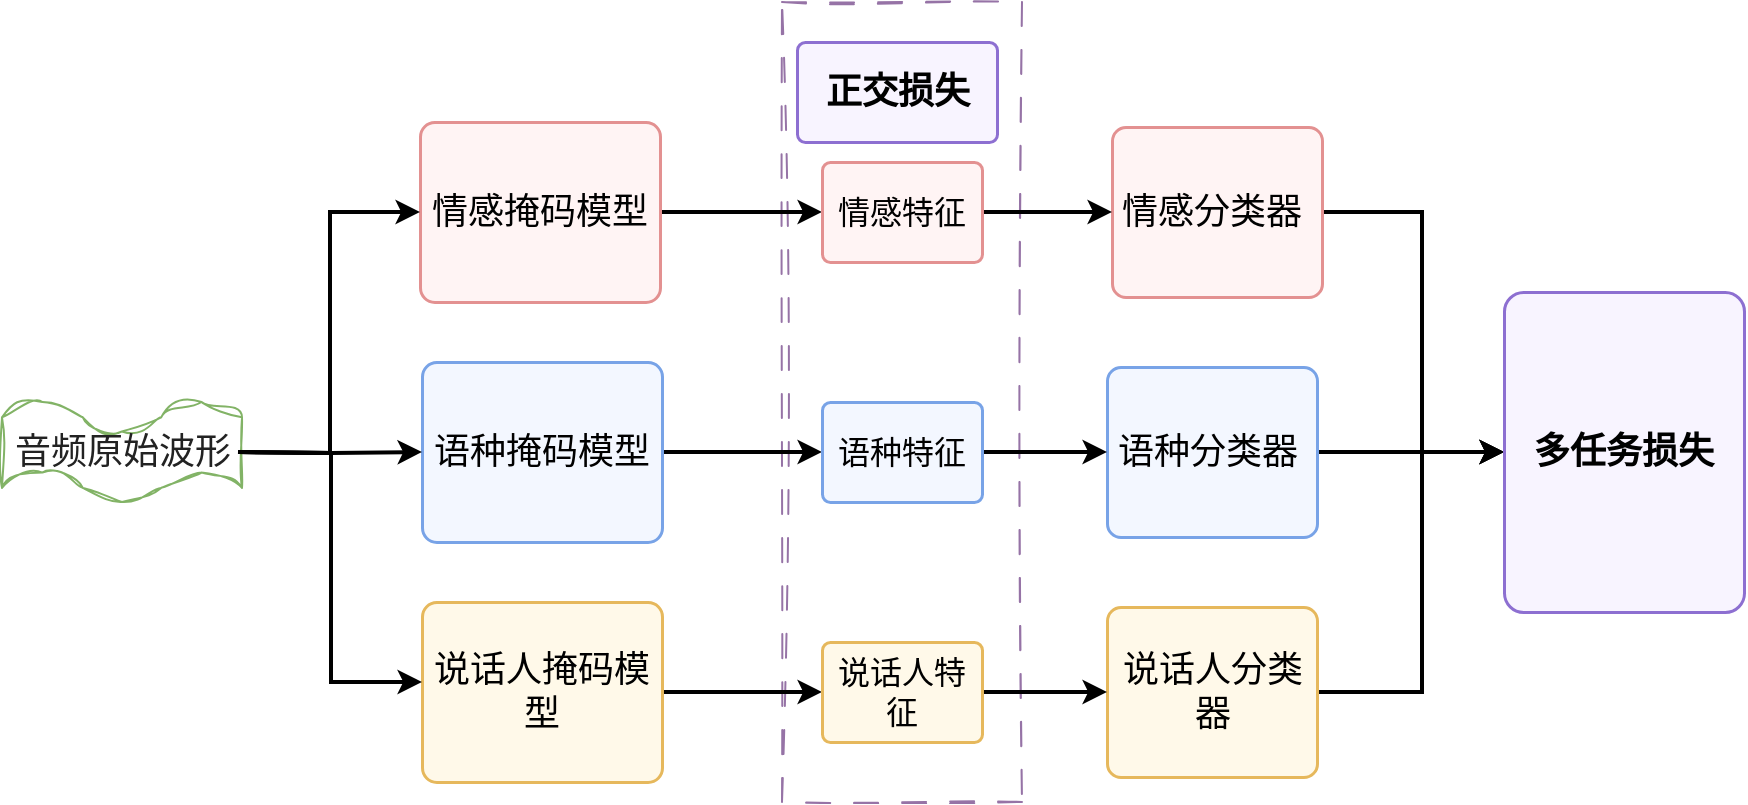
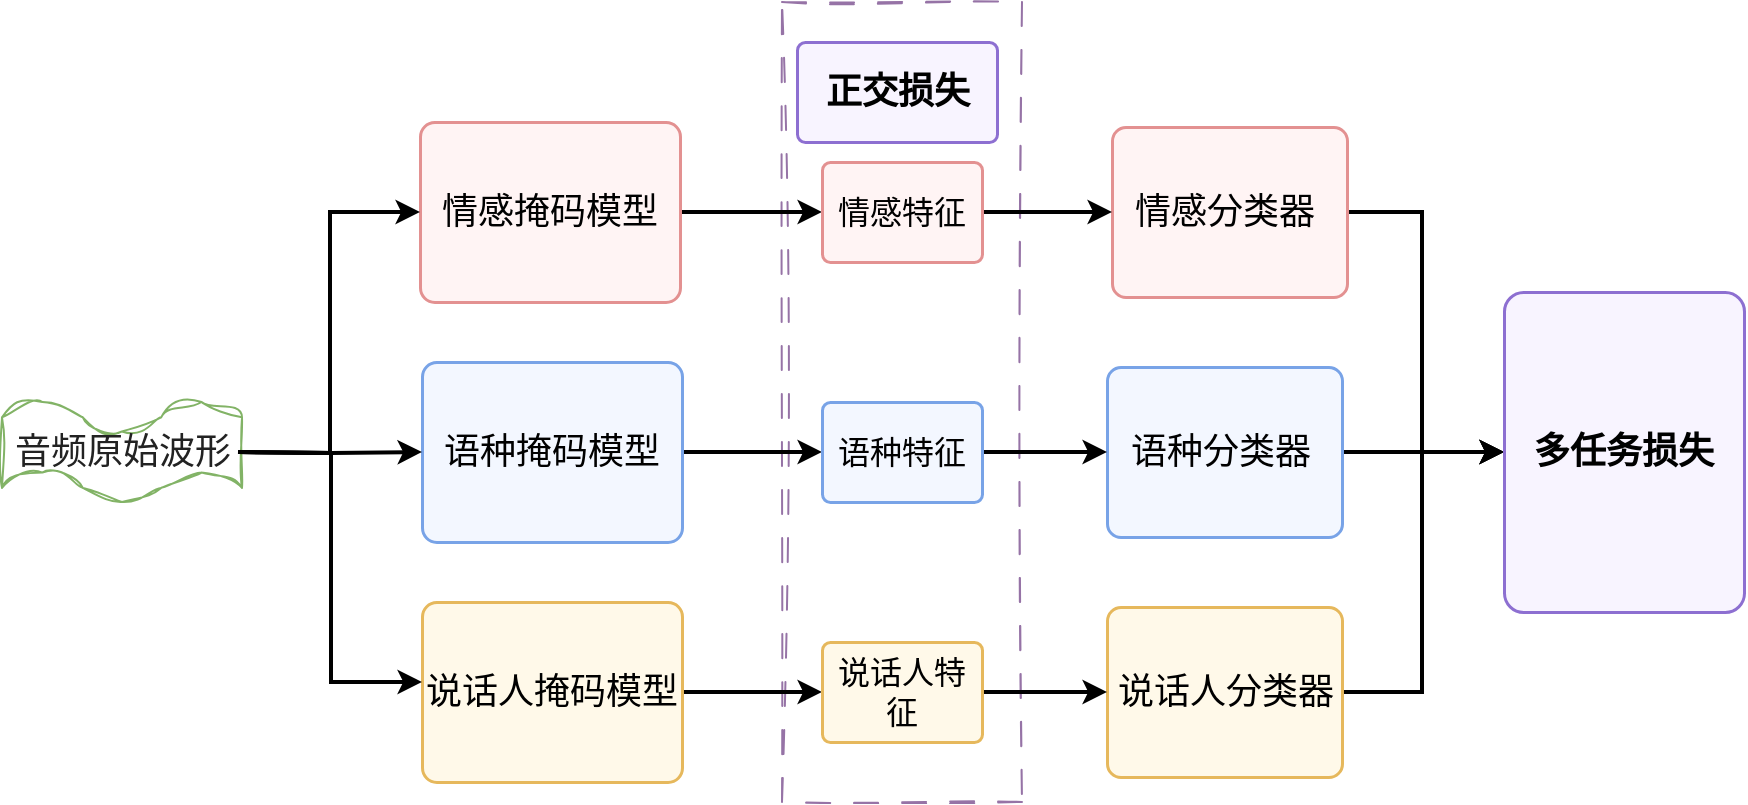
<mxfile host="app.diagrams.net">
  <diagram name="第 1 页" id="kVD3lymzJM2DnM6Mwjh6">
-     <mxGraphModel dx="1108" dy="665" grid="1" gridSize="10" guides="1" tooltips="1" connect="1" arrows="1" fold="1" page="1" pageScale="1" pageWidth="1700" pageHeight="980" math="0" shadow="0">
+     <mxGraphModel dx="1030" dy="642" grid="1" gridSize="10" guides="1" tooltips="1" connect="1" arrows="1" fold="1" page="1" pageScale="1" pageWidth="1700" pageHeight="980" math="0" shadow="0">
      <root>
        <mxCell id="0" />
        <mxCell id="1" parent="0" />
        <mxCell id="42" edge="1" parent="1" style="endArrow=block;endFill=1;strokeColor=#111111;strokeWidth=2;html=1;rounded=0;">
          <mxGeometry relative="1" as="geometry">
            <Array as="points">
              <mxPoint x="220" y="320" />
              <mxPoint x="270" y="320" />
            </Array>
          </mxGeometry>
        </mxCell>
        <mxCell id="55" edge="1" parent="1" style="endArrow=block;endFill=1;strokeColor=#555555;strokeWidth=1.5;dashed=1;html=1;rounded=0;">
          <mxGeometry relative="1" as="geometry">
            <Array as="points">
              <mxPoint x="705" y="240" />
              <mxPoint x="735" y="240" />
            </Array>
          </mxGeometry>
        </mxCell>
        <mxCell id="56" edge="1" parent="1" style="endArrow=block;endFill=1;strokeColor=#111111;strokeWidth=2;html=1;rounded=0;">
          <mxGeometry relative="1" as="geometry">
            <Array as="points">
              <mxPoint x="763" y="240" />
              <mxPoint x="780" y="240" />
            </Array>
          </mxGeometry>
        </mxCell>
        <mxCell id="57" edge="1" parent="1" style="endArrow=block;endFill=1;strokeColor=#111111;strokeWidth=2;html=1;rounded=0;">
          <mxGeometry relative="1" as="geometry">
            <Array as="points">
              <mxPoint x="960" y="240" />
              <mxPoint x="1000" y="240" />
            </Array>
          </mxGeometry>
        </mxCell>
        <mxCell id="58" edge="1" parent="1" style="endArrow=block;endFill=1;strokeColor=#111111;strokeWidth=2;html=1;rounded=0;">
          <mxGeometry relative="1" as="geometry">
            <Array as="points">
              <mxPoint x="1095" y="240" />
              <mxPoint x="1130" y="240" />
            </Array>
          </mxGeometry>
        </mxCell>
        <mxCell id="59" edge="1" parent="1" style="endArrow=block;endFill=1;strokeColor=#111111;strokeWidth=2;html=1;rounded=0;">
          <mxGeometry relative="1" as="geometry">
            <Array as="points">
              <mxPoint x="1180" y="240" />
              <mxPoint x="1255" y="240" />
            </Array>
          </mxGeometry>
        </mxCell>
        <mxCell id="71" edge="1" parent="1" style="endArrow=block;endFill=1;strokeColor=#555555;strokeWidth=1.5;dashed=1;html=1;rounded=0;">
          <mxGeometry relative="1" as="geometry">
            <Array as="points">
              <mxPoint x="705" y="400" />
              <mxPoint x="735" y="400" />
            </Array>
          </mxGeometry>
        </mxCell>
        <mxCell id="72" edge="1" parent="1" style="endArrow=block;endFill=1;strokeColor=#111111;strokeWidth=2;html=1;rounded=0;">
          <mxGeometry relative="1" as="geometry">
            <Array as="points">
              <mxPoint x="763" y="400" />
              <mxPoint x="780" y="400" />
            </Array>
          </mxGeometry>
        </mxCell>
        <mxCell id="73" edge="1" parent="1" style="endArrow=block;endFill=1;strokeColor=#111111;strokeWidth=2;html=1;rounded=0;">
          <mxGeometry relative="1" as="geometry">
            <Array as="points">
              <mxPoint x="960" y="400" />
              <mxPoint x="1000" y="400" />
            </Array>
          </mxGeometry>
        </mxCell>
        <mxCell id="74" edge="1" parent="1" style="endArrow=block;endFill=1;strokeColor=#111111;strokeWidth=2;html=1;rounded=0;">
          <mxGeometry relative="1" as="geometry">
            <Array as="points">
              <mxPoint x="1095" y="400" />
              <mxPoint x="1130" y="400" />
            </Array>
          </mxGeometry>
        </mxCell>
        <mxCell id="75" edge="1" parent="1" style="endArrow=block;endFill=1;strokeColor=#111111;strokeWidth=2;html=1;rounded=0;">
          <mxGeometry relative="1" as="geometry">
            <Array as="points">
              <mxPoint x="1180" y="400" />
              <mxPoint x="1255" y="400" />
            </Array>
          </mxGeometry>
        </mxCell>
        <mxCell id="87" edge="1" parent="1" style="endArrow=block;endFill=1;strokeColor=#555555;strokeWidth=1.5;dashed=1;html=1;rounded=0;">
          <mxGeometry relative="1" as="geometry">
            <Array as="points">
              <mxPoint x="705" y="560" />
              <mxPoint x="735" y="560" />
            </Array>
          </mxGeometry>
        </mxCell>
        <mxCell id="88" edge="1" parent="1" style="endArrow=block;endFill=1;strokeColor=#111111;strokeWidth=2;html=1;rounded=0;">
          <mxGeometry relative="1" as="geometry">
            <Array as="points">
              <mxPoint x="763" y="560" />
              <mxPoint x="780" y="560" />
            </Array>
          </mxGeometry>
        </mxCell>
        <mxCell id="89" edge="1" parent="1" style="endArrow=block;endFill=1;strokeColor=#111111;strokeWidth=2;html=1;rounded=0;">
          <mxGeometry relative="1" as="geometry">
            <Array as="points">
              <mxPoint x="960" y="560" />
              <mxPoint x="1000" y="560" />
            </Array>
          </mxGeometry>
        </mxCell>
        <mxCell id="90" edge="1" parent="1" style="endArrow=block;endFill=1;strokeColor=#111111;strokeWidth=2;html=1;rounded=0;">
          <mxGeometry relative="1" as="geometry">
            <Array as="points">
              <mxPoint x="1095" y="560" />
              <mxPoint x="1130" y="560" />
            </Array>
          </mxGeometry>
        </mxCell>
        <mxCell id="91" edge="1" parent="1" style="endArrow=block;endFill=1;strokeColor=#111111;strokeWidth=2;html=1;rounded=0;">
          <mxGeometry relative="1" as="geometry">
            <Array as="points">
              <mxPoint x="1180" y="560" />
              <mxPoint x="1255" y="560" />
            </Array>
          </mxGeometry>
        </mxCell>
        <mxCell id="93" edge="1" parent="1" style="endArrow=block;endFill=1;strokeColor=#555555;strokeWidth=1.5;dashed=1;html=1;rounded=0;">
          <mxGeometry relative="1" as="geometry">
            <Array as="points">
              <mxPoint x="1360" y="240" />
              <mxPoint x="1460" y="240" />
              <mxPoint x="1460" y="340" />
              <mxPoint x="1500" y="340" />
            </Array>
          </mxGeometry>
        </mxCell>
        <mxCell id="94" edge="1" parent="1" style="endArrow=block;endFill=1;strokeColor=#555555;strokeWidth=1.5;dashed=1;html=1;rounded=0;">
          <mxGeometry relative="1" as="geometry">
            <Array as="points">
              <mxPoint x="1360" y="400" />
              <mxPoint x="1460" y="400" />
              <mxPoint x="1460" y="340" />
              <mxPoint x="1500" y="340" />
            </Array>
          </mxGeometry>
        </mxCell>
        <mxCell id="95" edge="1" parent="1" style="endArrow=block;endFill=1;strokeColor=#555555;strokeWidth=1.5;dashed=1;html=1;rounded=0;">
          <mxGeometry relative="1" as="geometry">
            <Array as="points">
              <mxPoint x="1360" y="560" />
              <mxPoint x="1460" y="560" />
              <mxPoint x="1460" y="340" />
              <mxPoint x="1500" y="340" />
            </Array>
          </mxGeometry>
        </mxCell>
        <mxCell id="107" edge="1" parent="1" style="endArrow=block;endFill=1;strokeColor=#111111;strokeWidth=2;html=1;rounded=0;">
          <mxGeometry relative="1" as="geometry">
            <Array as="points">
              <mxPoint x="215" y="715" />
              <mxPoint x="255" y="715" />
            </Array>
          </mxGeometry>
        </mxCell>
        <mxCell id="109" edge="1" parent="1" style="endArrow=block;endFill=1;strokeColor=#111111;strokeWidth=2;html=1;rounded=0;">
          <mxGeometry relative="1" as="geometry">
            <Array as="points">
              <mxPoint x="440" y="715" />
              <mxPoint x="470" y="715" />
            </Array>
          </mxGeometry>
        </mxCell>
        <mxCell id="111" edge="1" parent="1" style="endArrow=block;endFill=1;strokeColor=#555555;strokeWidth=1.5;dashed=1;html=1;rounded=0;">
          <mxGeometry relative="1" as="geometry">
            <Array as="points">
              <mxPoint x="600" y="620" />
              <mxPoint x="650" y="560" />
              <mxPoint x="650" y="510" />
            </Array>
          </mxGeometry>
        </mxCell>
        <mxCell id="126" edge="1" parent="1" style="endArrow=block;endFill=1;strokeColor=#111111;strokeWidth=2;html=1;rounded=0;">
          <mxGeometry relative="1" as="geometry">
            <Array as="points">
              <mxPoint x="850" y="720" />
              <mxPoint x="880" y="720" />
            </Array>
          </mxGeometry>
        </mxCell>
        <mxCell id="127" edge="1" parent="1" style="endArrow=block;endFill=1;strokeColor=#111111;strokeWidth=2;html=1;rounded=0;">
          <mxGeometry relative="1" as="geometry">
            <Array as="points">
              <mxPoint x="1045" y="725" />
              <mxPoint x="1095" y="725" />
            </Array>
          </mxGeometry>
        </mxCell>
        <mxCell id="128" edge="1" parent="1" style="endArrow=none;strokeColor=#111111;strokeWidth=2;html=1;">
          <mxGeometry relative="1" as="geometry">
            <Array as="points">
              <mxPoint x="1210" y="240" />
              <mxPoint x="1210" y="620" />
            </Array>
          </mxGeometry>
        </mxCell>
        <mxCell id="138" edge="1" parent="1" style="endArrow=block;endFill=1;strokeColor=#111111;strokeWidth=2;html=1;rounded=0;">
          <mxGeometry relative="1" as="geometry">
            <Array as="points">
              <mxPoint x="1150" y="725" />
              <mxPoint x="1360" y="725" />
            </Array>
          </mxGeometry>
        </mxCell>
        <mxCell id="apR0LEZREu-NERszJOo0-138" parent="1" style="shape=mxgraph.basic.wave;whiteSpace=wrap;html=1;strokeColor=#82b366;fillColor=none;rounded=1;sketch=1;hachureGap=4;jiggle=2;curveFitting=1;align=center;verticalAlign=middle;fontFamily=Architects Daughter;fontSource=https://fonts.googleapis.com/css?family=Architects+Daughter;fontSize=13;fontColor=default;" value="" vertex="1">
          <mxGeometry height="50" width="120" x="950" y="870" as="geometry" />
        </mxCell>
        <mxCell id="rPYUdsZiUGTxqT25I4V4-145" parent="1" style="rounded=0;whiteSpace=wrap;html=1;sketch=1;hachureGap=4;jiggle=2;curveFitting=1;fontFamily=Architects Daughter;fontSource=https://fonts.googleapis.com/css?family=Architects+Daughter;fillColor=none;dashed=1;dashPattern=12 12;strokeColor=#9673a6;fontSize=13;" value="" vertex="1">
          <mxGeometry height="400" width="120" x="1340" y="670" as="geometry" />
        </mxCell>
        <mxCell id="rPYUdsZiUGTxqT25I4V4-146" parent="1" style="text;html=1;strokeColor=none;fillColor=none;fontSize=18;fontColor=#222222;align=center;verticalAlign=middle;" value="音频原始波形" vertex="1">
          <mxGeometry height="55" width="97" x="961.5" y="867.5" as="geometry" />
        </mxCell>
        <mxCell id="rPYUdsZiUGTxqT25I4V4-147" edge="1" parent="1" source="rPYUdsZiUGTxqT25I4V4-148" style="edgeStyle=orthogonalEdgeStyle;shape=connector;rounded=0;orthogonalLoop=1;jettySize=auto;html=1;exitX=1;exitY=0.5;exitDx=0;exitDy=0;entryX=0;entryY=0.5;entryDx=0;entryDy=0;strokeColor=default;strokeWidth=2;align=center;verticalAlign=middle;fontFamily=Helvetica;fontSize=13;fontColor=default;labelBackgroundColor=default;endArrow=classic;endFill=1;" target="rPYUdsZiUGTxqT25I4V4-160">
          <mxGeometry relative="1" as="geometry" />
        </mxCell>
        <mxCell id="rPYUdsZiUGTxqT25I4V4-148" parent="1" style="rounded=1;whiteSpace=wrap;html=1;strokeColor=#E39191;strokeWidth=1.5;fillColor=#FFF4F4;arcSize=8;fontSize=18;align=center;verticalAlign=middle;" value="情感掩码模型" vertex="1">
-           <mxGeometry height="90" width="120" x="1159" y="730" as="geometry" />
+           <mxGeometry height="90" width="130" x="1159" y="730" as="geometry" />
        </mxCell>
        <mxCell id="rPYUdsZiUGTxqT25I4V4-149" edge="1" parent="1" source="rPYUdsZiUGTxqT25I4V4-150" style="edgeStyle=orthogonalEdgeStyle;shape=connector;rounded=0;orthogonalLoop=1;jettySize=auto;html=1;exitX=1;exitY=0.5;exitDx=0;exitDy=0;entryX=0;entryY=0.5;entryDx=0;entryDy=0;strokeColor=default;strokeWidth=2;align=center;verticalAlign=middle;fontFamily=Helvetica;fontSize=13;fontColor=default;labelBackgroundColor=default;endArrow=classic;endFill=1;" target="rPYUdsZiUGTxqT25I4V4-162">
          <mxGeometry relative="1" as="geometry" />
        </mxCell>
        <mxCell id="rPYUdsZiUGTxqT25I4V4-150" parent="1" style="rounded=1;whiteSpace=wrap;html=1;strokeColor=#78A3E7;strokeWidth=1.5;fillColor=#F3F7FF;arcSize=8;fontSize=18;align=center;verticalAlign=middle;fontFamily=Helvetica;fontColor=default;" value="语种掩码模型" vertex="1">
-           <mxGeometry height="90" width="120" x="1160" y="850" as="geometry" />
+           <mxGeometry height="90" width="130" x="1160" y="850" as="geometry" />
        </mxCell>
        <mxCell id="rPYUdsZiUGTxqT25I4V4-151" edge="1" parent="1" source="rPYUdsZiUGTxqT25I4V4-152" style="edgeStyle=orthogonalEdgeStyle;shape=connector;rounded=0;orthogonalLoop=1;jettySize=auto;html=1;exitX=1;exitY=0.5;exitDx=0;exitDy=0;entryX=0;entryY=0.5;entryDx=0;entryDy=0;strokeColor=default;strokeWidth=2;align=center;verticalAlign=middle;fontFamily=Helvetica;fontSize=13;fontColor=default;labelBackgroundColor=default;endArrow=classic;endFill=1;" target="rPYUdsZiUGTxqT25I4V4-164">
          <mxGeometry relative="1" as="geometry" />
        </mxCell>
        <mxCell id="rPYUdsZiUGTxqT25I4V4-152" parent="1" style="rounded=1;whiteSpace=wrap;html=1;strokeColor=#E6B85C;strokeWidth=1.5;fillColor=#FFF9E9;arcSize=8;fontSize=18;align=center;verticalAlign=middle;fontFamily=Helvetica;fontColor=default;" value="说话人掩码模型" vertex="1">
-           <mxGeometry height="90" width="120" x="1160" y="970" as="geometry" />
+           <mxGeometry height="90" width="130" x="1160" y="970" as="geometry" />
        </mxCell>
        <mxCell id="rPYUdsZiUGTxqT25I4V4-153" edge="1" parent="1" source="rPYUdsZiUGTxqT25I4V4-154" style="edgeStyle=orthogonalEdgeStyle;shape=connector;rounded=0;orthogonalLoop=1;jettySize=auto;html=1;exitX=1;exitY=0.5;exitDx=0;exitDy=0;entryX=0;entryY=0.5;entryDx=0;entryDy=0;strokeColor=default;strokeWidth=2;align=center;verticalAlign=middle;fontFamily=Helvetica;fontSize=13;fontColor=default;labelBackgroundColor=default;endArrow=classic;endFill=1;" target="rPYUdsZiUGTxqT25I4V4-165">
          <mxGeometry relative="1" as="geometry">
            <Array as="points">
              <mxPoint x="1660" y="775" />
              <mxPoint x="1660" y="895" />
            </Array>
          </mxGeometry>
        </mxCell>
        <mxCell id="rPYUdsZiUGTxqT25I4V4-154" parent="1" style="rounded=1;whiteSpace=wrap;html=1;strokeColor=#E39191;strokeWidth=1.5;fillColor=#FFF4F4;arcSize=8;fontSize=18;align=center;verticalAlign=middle;" value="情感分类器&amp;nbsp;" vertex="1">
-           <mxGeometry height="85" width="105" x="1505" y="732.5" as="geometry" />
+           <mxGeometry height="85" width="117.5" x="1505" y="732.5" as="geometry" />
        </mxCell>
        <mxCell id="rPYUdsZiUGTxqT25I4V4-155" edge="1" parent="1" source="rPYUdsZiUGTxqT25I4V4-156" style="edgeStyle=orthogonalEdgeStyle;shape=connector;rounded=0;orthogonalLoop=1;jettySize=auto;html=1;exitX=1;exitY=0.5;exitDx=0;exitDy=0;entryX=0;entryY=0.5;entryDx=0;entryDy=0;strokeColor=default;strokeWidth=2;align=center;verticalAlign=middle;fontFamily=Helvetica;fontSize=13;fontColor=default;labelBackgroundColor=default;endArrow=classic;endFill=1;" target="rPYUdsZiUGTxqT25I4V4-165">
          <mxGeometry relative="1" as="geometry" />
        </mxCell>
        <mxCell id="rPYUdsZiUGTxqT25I4V4-156" parent="1" style="rounded=1;whiteSpace=wrap;html=1;strokeColor=#78A3E7;strokeWidth=1.5;fillColor=#F3F7FF;arcSize=8;fontSize=18;align=center;verticalAlign=middle;" value="语种分类器&amp;nbsp;" vertex="1">
-           <mxGeometry height="85" width="105" x="1502.5" y="852.5" as="geometry" />
+           <mxGeometry height="85" width="117.5" x="1502.5" y="852.5" as="geometry" />
        </mxCell>
        <mxCell id="rPYUdsZiUGTxqT25I4V4-157" edge="1" parent="1" source="rPYUdsZiUGTxqT25I4V4-158" style="edgeStyle=orthogonalEdgeStyle;shape=connector;rounded=0;orthogonalLoop=1;jettySize=auto;html=1;exitX=1;exitY=0.5;exitDx=0;exitDy=0;entryX=0;entryY=0.5;entryDx=0;entryDy=0;strokeColor=default;strokeWidth=2;align=center;verticalAlign=middle;fontFamily=Helvetica;fontSize=13;fontColor=default;labelBackgroundColor=default;endArrow=classic;endFill=1;" target="rPYUdsZiUGTxqT25I4V4-165">
          <mxGeometry relative="1" as="geometry">
            <Array as="points">
              <mxPoint x="1660" y="1015" />
              <mxPoint x="1660" y="895" />
            </Array>
          </mxGeometry>
        </mxCell>
        <mxCell id="rPYUdsZiUGTxqT25I4V4-158" parent="1" style="rounded=1;whiteSpace=wrap;html=1;strokeColor=#E6B85C;strokeWidth=1.5;fillColor=#FFF9E9;arcSize=8;fontSize=18;align=center;verticalAlign=middle;" value="说话人分类器" vertex="1">
-           <mxGeometry height="85" width="105" x="1502.5" y="972.5" as="geometry" />
+           <mxGeometry height="85" width="117.5" x="1502.5" y="972.5" as="geometry" />
        </mxCell>
        <mxCell id="rPYUdsZiUGTxqT25I4V4-159" edge="1" parent="1" source="rPYUdsZiUGTxqT25I4V4-160" style="edgeStyle=orthogonalEdgeStyle;shape=connector;rounded=0;orthogonalLoop=1;jettySize=auto;html=1;exitX=1;exitY=0.5;exitDx=0;exitDy=0;entryX=0;entryY=0.5;entryDx=0;entryDy=0;strokeColor=default;strokeWidth=2;align=center;verticalAlign=middle;fontFamily=Helvetica;fontSize=13;fontColor=default;labelBackgroundColor=default;endArrow=classic;endFill=1;" target="rPYUdsZiUGTxqT25I4V4-154">
          <mxGeometry relative="1" as="geometry" />
        </mxCell>
        <mxCell id="rPYUdsZiUGTxqT25I4V4-160" parent="1" style="rounded=1;whiteSpace=wrap;html=1;strokeColor=#E39191;strokeWidth=1.5;fillColor=#FFF4F4;arcSize=8;fontSize=16;align=center;verticalAlign=middle;" value="情感特征" vertex="1">
          <mxGeometry height="50" width="80" x="1360" y="750" as="geometry" />
        </mxCell>
        <mxCell id="rPYUdsZiUGTxqT25I4V4-161" edge="1" parent="1" source="rPYUdsZiUGTxqT25I4V4-162" style="edgeStyle=orthogonalEdgeStyle;shape=connector;rounded=0;orthogonalLoop=1;jettySize=auto;html=1;exitX=1;exitY=0.5;exitDx=0;exitDy=0;entryX=0;entryY=0.5;entryDx=0;entryDy=0;strokeColor=default;strokeWidth=2;align=center;verticalAlign=middle;fontFamily=Helvetica;fontSize=13;fontColor=default;labelBackgroundColor=default;endArrow=classic;endFill=1;" target="rPYUdsZiUGTxqT25I4V4-156">
          <mxGeometry relative="1" as="geometry" />
        </mxCell>
        <mxCell id="rPYUdsZiUGTxqT25I4V4-162" parent="1" style="rounded=1;whiteSpace=wrap;html=1;strokeColor=#78A3E7;strokeWidth=1.5;fillColor=#F3F7FF;arcSize=8;fontSize=16;align=center;verticalAlign=middle;fontFamily=Helvetica;fontColor=default;" value="语种特征" vertex="1">
          <mxGeometry height="50" width="80" x="1360" y="870" as="geometry" />
        </mxCell>
        <mxCell id="rPYUdsZiUGTxqT25I4V4-163" edge="1" parent="1" source="rPYUdsZiUGTxqT25I4V4-164" style="edgeStyle=orthogonalEdgeStyle;shape=connector;rounded=0;orthogonalLoop=1;jettySize=auto;html=1;strokeColor=default;strokeWidth=2;align=center;verticalAlign=middle;fontFamily=Helvetica;fontSize=13;fontColor=default;labelBackgroundColor=default;endArrow=classic;endFill=1;" target="rPYUdsZiUGTxqT25I4V4-158" value="">
          <mxGeometry relative="1" as="geometry" />
        </mxCell>
        <mxCell id="rPYUdsZiUGTxqT25I4V4-164" parent="1" style="rounded=1;whiteSpace=wrap;html=1;strokeColor=#E6B85C;strokeWidth=1.5;fillColor=#FFF9E9;arcSize=8;fontSize=16;align=center;verticalAlign=middle;fontFamily=Helvetica;fontColor=default;" value="说话人特征" vertex="1">
          <mxGeometry height="50" width="80" x="1360" y="990" as="geometry" />
        </mxCell>
        <mxCell id="rPYUdsZiUGTxqT25I4V4-165" parent="1" style="rounded=1;whiteSpace=wrap;html=1;strokeColor=#8D6FD1;strokeWidth=1.5;fillColor=#F8F4FF;arcSize=8;fontSize=13;align=center;verticalAlign=middle;fontSize=18;fontStyle=1;" value="&lt;font&gt;多任务损失&lt;/font&gt;" vertex="1">
          <mxGeometry height="160" width="120" x="1701" y="815" as="geometry" />
        </mxCell>
        <mxCell id="rPYUdsZiUGTxqT25I4V4-176" edge="1" parent="1" style="edgeStyle=orthogonalEdgeStyle;shape=connector;rounded=0;orthogonalLoop=1;jettySize=auto;html=1;exitX=1;exitY=0.5;exitDx=0;exitDy=0;entryX=0;entryY=0.5;entryDx=0;entryDy=0;strokeColor=default;strokeWidth=2;align=center;verticalAlign=middle;fontFamily=Helvetica;fontSize=13;fontColor=default;labelBackgroundColor=default;endArrow=classic;endFill=1;" target="rPYUdsZiUGTxqT25I4V4-148">
          <mxGeometry relative="1" as="geometry">
            <mxPoint x="1068" y="895" as="sourcePoint" />
          </mxGeometry>
        </mxCell>
        <mxCell id="rPYUdsZiUGTxqT25I4V4-177" edge="1" parent="1" style="edgeStyle=orthogonalEdgeStyle;shape=connector;rounded=0;orthogonalLoop=1;jettySize=auto;html=1;exitX=1;exitY=0.5;exitDx=0;exitDy=0;strokeColor=default;strokeWidth=2;align=center;verticalAlign=middle;fontFamily=Helvetica;fontSize=13;fontColor=default;labelBackgroundColor=default;endArrow=classic;endFill=1;" target="rPYUdsZiUGTxqT25I4V4-150">
          <mxGeometry relative="1" as="geometry">
            <mxPoint x="1068" y="895" as="sourcePoint" />
          </mxGeometry>
        </mxCell>
        <mxCell id="rPYUdsZiUGTxqT25I4V4-178" edge="1" parent="1" style="edgeStyle=orthogonalEdgeStyle;shape=connector;rounded=0;orthogonalLoop=1;jettySize=auto;html=1;exitX=1;exitY=0.5;exitDx=0;exitDy=0;entryX=0;entryY=0.444;entryDx=0;entryDy=0;entryPerimeter=0;strokeColor=default;strokeWidth=2;align=center;verticalAlign=middle;fontFamily=Helvetica;fontSize=13;fontColor=default;labelBackgroundColor=default;endArrow=classic;endFill=1;" target="rPYUdsZiUGTxqT25I4V4-152">
          <mxGeometry relative="1" as="geometry">
            <mxPoint x="1068" y="895" as="sourcePoint" />
          </mxGeometry>
        </mxCell>
        <mxCell id="rPYUdsZiUGTxqT25I4V4-179" parent="1" style="rounded=1;whiteSpace=wrap;html=1;strokeColor=#8D6FD1;strokeWidth=1.5;fillColor=#F8F4FF;arcSize=8;fontSize=13;align=center;verticalAlign=middle;fontSize=18;fontStyle=1;" value="&lt;font&gt;正交损失&lt;/font&gt;" vertex="1">
          <mxGeometry height="50" width="100" x="1347.5" y="690" as="geometry" />
        </mxCell>
      </root>
    </mxGraphModel>
  </diagram>
</mxfile>
